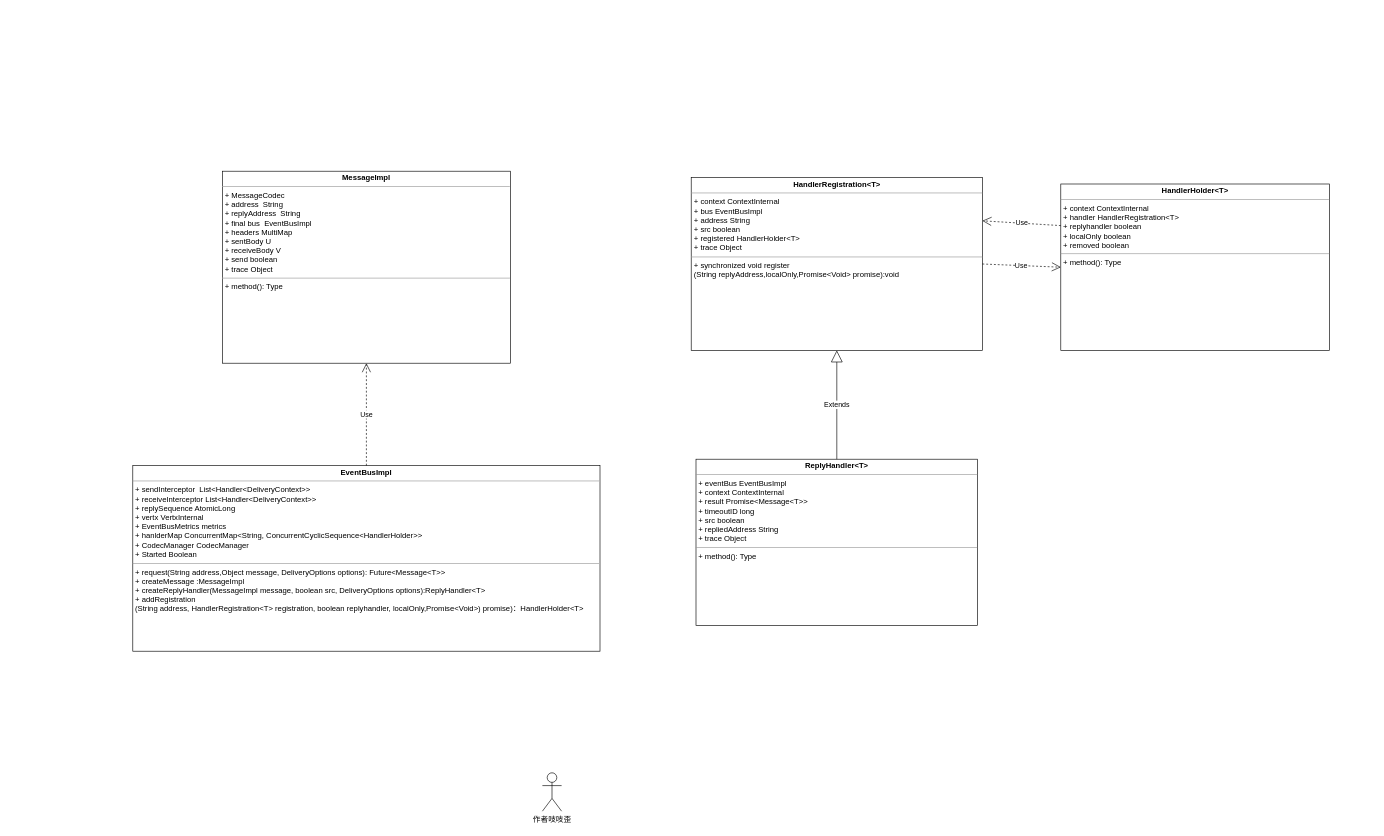
Earlier version of the draw.io diagram page "EventBus" (2 of 2) of VertX.drawio (Echidnaaa/draw). Source tidied: cells renumbered, new cells numbered last; positions are measured from the earlier drawing's top-left corner, leaving out a move shared by most shapes. Both pictures are drawn from the tidied source at 64%, with x=0, y=0 at pixel (132, 171).
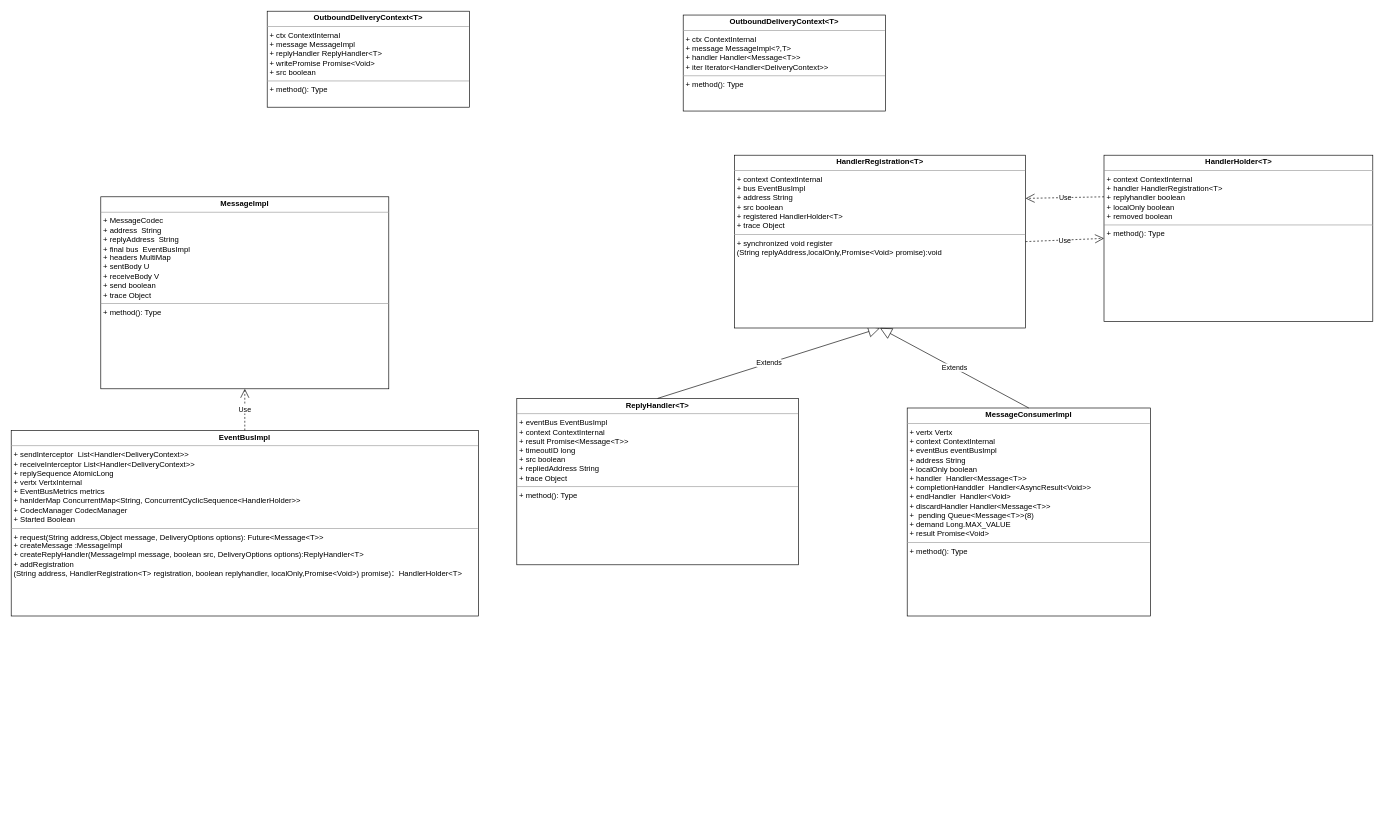
The same page after the edit.

Diff of the diagram source:
```diff
@@
 <mxGraphModel>
   <root>
     <mxCell id="0" />
     <mxCell id="1" parent="0" />
     <mxCell id="2" value="&lt;p style=&quot;margin: 0px ; margin-top: 4px ; text-align: center&quot;&gt;&lt;b&gt;EventBusImpl&lt;/b&gt;&lt;/p&gt;&lt;hr size=&quot;1&quot;&gt;&lt;p style=&quot;margin: 0px ; margin-left: 4px&quot;&gt;+ sendInterceptor&amp;nbsp; List&amp;lt;Handler&amp;lt;DeliveryContext&amp;gt;&amp;gt;&lt;/p&gt;&lt;p style=&quot;margin: 0px ; margin-left: 4px&quot;&gt;+ receiveInterceptor List&amp;lt;Handler&amp;lt;DeliveryContext&amp;gt;&amp;gt;&lt;/p&gt;&lt;p style=&quot;margin: 0px ; margin-left: 4px&quot;&gt;+ replySequence AtomicLong&lt;/p&gt;&lt;p style=&quot;margin: 0px ; margin-left: 4px&quot;&gt;+ vertx VertxInternal&lt;/p&gt;&lt;p style=&quot;margin: 0px ; margin-left: 4px&quot;&gt;+ EventBusMetrics metrics&lt;/p&gt;&lt;p style=&quot;margin: 0px ; margin-left: 4px&quot;&gt;+ hanlderMap ConcurrentMap&amp;lt;String, ConcurrentCyclicSequence&amp;lt;HandlerHolder&amp;gt;&amp;gt;&lt;/p&gt;&lt;p style=&quot;margin: 0px ; margin-left: 4px&quot;&gt;+ CodecManager CodecManager&lt;/p&gt;&lt;p style=&quot;margin: 0px ; margin-left: 4px&quot;&gt;+ Started Boolean&lt;/p&gt;&lt;hr size=&quot;1&quot;&gt;&lt;p style=&quot;margin: 0px ; margin-left: 4px&quot;&gt;+ request(String address,Object message, DeliveryOptions options): Future&amp;lt;Message&amp;lt;T&amp;gt;&amp;gt;&lt;/p&gt;&lt;p style=&quot;margin: 0px ; margin-left: 4px&quot;&gt;+ createMessage :MessageImpl&lt;/p&gt;&lt;p style=&quot;margin: 0px ; margin-left: 4px&quot;&gt;+ createReplyHandler(MessageImpl message, boolean src, DeliveryOptions options):ReplyHandler&amp;lt;T&amp;gt;&lt;/p&gt;&lt;p style=&quot;margin: 0px ; margin-left: 4px&quot;&gt;+ addRegistration&lt;/p&gt;&lt;p style=&quot;margin: 0px ; margin-left: 4px&quot;&gt;(String address, HandlerRegistration&amp;lt;T&amp;gt; registration, boolean replyhandler, localOnly,Promise&amp;lt;Void&amp;gt;) promise)：HandlerHolder&amp;lt;T&amp;gt;&lt;/p&gt;" style="verticalAlign=top;align=left;overflow=fill;fontSize=12;fontFamily=Helvetica;html=1;" parent="1" vertex="1">
-      <mxGeometry y="460" width="730" height="290" as="geometry" />
+      <mxGeometry x="-190" y="405" width="730" height="290" as="geometry" />
     </mxCell>
     <mxCell id="3" value="&lt;p style=&quot;margin: 0px ; margin-top: 4px ; text-align: center&quot;&gt;&lt;b&gt;MessageImpl&lt;/b&gt;&lt;/p&gt;&lt;hr size=&quot;1&quot;&gt;&lt;p style=&quot;margin: 0px ; margin-left: 4px&quot;&gt;+ MessageCodec&lt;/p&gt;&lt;p style=&quot;margin: 0px ; margin-left: 4px&quot;&gt;+ address&amp;nbsp; String&lt;/p&gt;&lt;p style=&quot;margin: 0px ; margin-left: 4px&quot;&gt;+ replyAddress&amp;nbsp; String&lt;/p&gt;&lt;p style=&quot;margin: 0px ; margin-left: 4px&quot;&gt;+ final bus&amp;nbsp; EventBusImpl&lt;/p&gt;&lt;p style=&quot;margin: 0px ; margin-left: 4px&quot;&gt;+ headers MultiMap&lt;/p&gt;&lt;p style=&quot;margin: 0px ; margin-left: 4px&quot;&gt;+ sentBody U&lt;/p&gt;&lt;p style=&quot;margin: 0px ; margin-left: 4px&quot;&gt;+ receiveBody V&lt;/p&gt;&lt;p style=&quot;margin: 0px ; margin-left: 4px&quot;&gt;+ send boolean&lt;/p&gt;&lt;p style=&quot;margin: 0px ; margin-left: 4px&quot;&gt;+ trace Object&lt;/p&gt;&lt;hr size=&quot;1&quot;&gt;&lt;p style=&quot;margin: 0px ; margin-left: 4px&quot;&gt;+ method(): Type&lt;/p&gt;" style="verticalAlign=top;align=left;overflow=fill;fontSize=12;fontFamily=Helvetica;html=1;" parent="1" vertex="1">
-      <mxGeometry x="140" width="450" height="300" as="geometry" />
+      <mxGeometry x="-50" y="40" width="450" height="300" as="geometry" />
     </mxCell>
-    <mxCell id="4" value="作者吱吱歪" style="shape=umlActor;verticalLabelPosition=bottom;verticalAlign=top;html=1;" parent="1" vertex="1">
-      <mxGeometry x="640" y="940" width="30" height="60" as="geometry" />
-    </mxCell>
     <mxCell id="5" value="Use" style="endArrow=open;endSize=12;dashed=1;html=1;exitX=0.5;exitY=0;exitDx=0;exitDy=0;entryX=0.5;entryY=1;entryDx=0;entryDy=0;" parent="1" edge="1" source="2" target="3">
       <mxGeometry relative="1" as="geometry" />
     </mxCell>
     <mxCell id="6" value="&lt;p style=&quot;margin: 0px ; margin-top: 4px ; text-align: center&quot;&gt;&lt;b&gt;ReplyHandler&amp;lt;T&amp;gt;&lt;/b&gt;&lt;/p&gt;&lt;hr size=&quot;1&quot;&gt;&lt;p style=&quot;margin: 0px ; margin-left: 4px&quot;&gt;+ eventBus EventBusImpl&lt;/p&gt;&lt;p style=&quot;margin: 0px ; margin-left: 4px&quot;&gt;+ context ContextInternal&lt;/p&gt;&lt;p style=&quot;margin: 0px ; margin-left: 4px&quot;&gt;+ result Promise&amp;lt;Message&amp;lt;T&amp;gt;&amp;gt;&lt;/p&gt;&lt;p style=&quot;margin: 0px ; margin-left: 4px&quot;&gt;+ timeoutID long&lt;/p&gt;&lt;p style=&quot;margin: 0px ; margin-left: 4px&quot;&gt;+ src boolean&lt;/p&gt;&lt;p style=&quot;margin: 0px ; margin-left: 4px&quot;&gt;+ repliedAddress String&lt;/p&gt;&lt;p style=&quot;margin: 0px ; margin-left: 4px&quot;&gt;+ trace Object&lt;/p&gt;&lt;hr size=&quot;1&quot;&gt;&lt;p style=&quot;margin: 0px ; margin-left: 4px&quot;&gt;+ method(): Type&lt;/p&gt;" style="verticalAlign=top;align=left;overflow=fill;fontSize=12;fontFamily=Helvetica;html=1;" parent="1" vertex="1">
-      <mxGeometry x="880" y="450" width="440" height="260" as="geometry" />
+      <mxGeometry x="600" y="355" width="440" height="260" as="geometry" />
     </mxCell>
     <mxCell id="7" value="Extends" style="endArrow=block;endSize=16;endFill=0;html=1;exitX=0.5;exitY=0;exitDx=0;exitDy=0;entryX=0.5;entryY=1;entryDx=0;entryDy=0;" parent="1" edge="1" source="6" target="8">
       <mxGeometry relative="1" as="geometry" />
     </mxCell>
     <mxCell id="8" value="&lt;p style=&quot;margin: 0px ; margin-top: 4px ; text-align: center&quot;&gt;&lt;b&gt;HandlerRegistration&amp;lt;T&amp;gt;&lt;/b&gt;&lt;/p&gt;&lt;hr size=&quot;1&quot;&gt;&lt;p style=&quot;margin: 0px ; margin-left: 4px&quot;&gt;+ context ContextInternal&lt;/p&gt;&lt;p style=&quot;margin: 0px ; margin-left: 4px&quot;&gt;+ bus EventBusImpl&lt;/p&gt;&lt;p style=&quot;margin: 0px ; margin-left: 4px&quot;&gt;+ address String&lt;/p&gt;&lt;p style=&quot;margin: 0px ; margin-left: 4px&quot;&gt;+ src boolean&lt;/p&gt;&lt;p style=&quot;margin: 0px ; margin-left: 4px&quot;&gt;+ registered HandlerHolder&amp;lt;T&amp;gt;&lt;/p&gt;&lt;p style=&quot;margin: 0px ; margin-left: 4px&quot;&gt;+ trace Object&lt;/p&gt;&lt;hr size=&quot;1&quot;&gt;&lt;p style=&quot;margin: 0px ; margin-left: 4px&quot;&gt;+ synchronized void register&lt;/p&gt;&lt;p style=&quot;margin: 0px ; margin-left: 4px&quot;&gt;(String replyAddress,localOnly,Promise&amp;lt;Void&amp;gt; promise):void&lt;/p&gt;" style="verticalAlign=top;align=left;overflow=fill;fontSize=12;fontFamily=Helvetica;html=1;" parent="1" vertex="1">
-      <mxGeometry x="872.5" y="10" width="455" height="270" as="geometry" />
+      <mxGeometry x="940" y="-25" width="455" height="270" as="geometry" />
     </mxCell>
     <mxCell id="9" value="&lt;p style=&quot;margin: 0px ; margin-top: 4px ; text-align: center&quot;&gt;&lt;b&gt;HandlerHolder&amp;lt;T&amp;gt;&lt;/b&gt;&lt;/p&gt;&lt;hr size=&quot;1&quot;&gt;&lt;p style=&quot;margin: 0px ; margin-left: 4px&quot;&gt;+ context ContextInternal&lt;/p&gt;&lt;p style=&quot;margin: 0px ; margin-left: 4px&quot;&gt;+ handler HandlerRegistration&amp;lt;T&amp;gt;&lt;br&gt;+ replyhandler boolean&lt;/p&gt;&lt;p style=&quot;margin: 0px ; margin-left: 4px&quot;&gt;+ localOnly boolean&lt;/p&gt;&lt;p style=&quot;margin: 0px ; margin-left: 4px&quot;&gt;+ removed boolean&lt;/p&gt;&lt;hr size=&quot;1&quot;&gt;&lt;p style=&quot;margin: 0px ; margin-left: 4px&quot;&gt;+ method(): Type&lt;/p&gt;" style="verticalAlign=top;align=left;overflow=fill;fontSize=12;fontFamily=Helvetica;html=1;" parent="1" vertex="1">
-      <mxGeometry x="1450" y="20" width="420" height="260" as="geometry" />
+      <mxGeometry x="1517.5" y="-25" width="420" height="260" as="geometry" />
     </mxCell>
     <mxCell id="10" value="Use" style="endArrow=open;endSize=12;dashed=1;html=1;exitX=1;exitY=0.5;exitDx=0;exitDy=0;entryX=0;entryY=0.5;entryDx=0;entryDy=0;" parent="1" edge="1" source="8" target="9">
       <mxGeometry relative="1" as="geometry" />
     </mxCell>
     <mxCell id="11" value="Use" style="endArrow=open;endSize=12;dashed=1;html=1;exitX=0;exitY=0.25;exitDx=0;exitDy=0;entryX=1;entryY=0.25;entryDx=0;entryDy=0;" parent="1" edge="1" source="9" target="8">
       <mxGeometry relative="1" as="geometry" />
     </mxCell>
+    <mxCell id="12" value="&lt;p style=&quot;margin: 0px ; margin-top: 4px ; text-align: center&quot;&gt;&lt;b&gt;MessageConsumerImpl&lt;/b&gt;&lt;/p&gt;&lt;hr size=&quot;1&quot;&gt;&lt;p style=&quot;margin: 0px ; margin-left: 4px&quot;&gt;+ vertx Vertx&lt;/p&gt;&lt;p style=&quot;margin: 0px ; margin-left: 4px&quot;&gt;+ context ContextInternal&lt;/p&gt;&lt;p style=&quot;margin: 0px ; margin-left: 4px&quot;&gt;+ eventBus eventBusImpl&lt;/p&gt;&lt;p style=&quot;margin: 0px ; margin-left: 4px&quot;&gt;+ address String&lt;/p&gt;&lt;p style=&quot;margin: 0px ; margin-left: 4px&quot;&gt;+ localOnly boolean&lt;/p&gt;&lt;p style=&quot;margin: 0px ; margin-left: 4px&quot;&gt;+ handler&amp;nbsp; Handler&amp;lt;Message&amp;lt;T&amp;gt;&amp;gt;&lt;/p&gt;&lt;p style=&quot;margin: 0px ; margin-left: 4px&quot;&gt;+ completionHanddler&amp;nbsp; Handler&amp;lt;AsyncResult&amp;lt;Void&amp;gt;&amp;gt;&lt;/p&gt;&lt;p style=&quot;margin: 0px ; margin-left: 4px&quot;&gt;+ endHandler&amp;nbsp; Handler&amp;lt;Void&amp;gt;&lt;/p&gt;&lt;p style=&quot;margin: 0px ; margin-left: 4px&quot;&gt;+ discardHandler Handler&amp;lt;Message&amp;lt;T&amp;gt;&amp;gt;&lt;/p&gt;&lt;p style=&quot;margin: 0px ; margin-left: 4px&quot;&gt;+&amp;nbsp; pending Queue&amp;lt;Message&amp;lt;T&amp;gt;&amp;gt;(8)&lt;/p&gt;&lt;p style=&quot;margin: 0px ; margin-left: 4px&quot;&gt;+ demand Long.MAX_VALUE&lt;/p&gt;&lt;p style=&quot;margin: 0px ; margin-left: 4px&quot;&gt;+ result Promise&amp;lt;Void&amp;gt;&lt;/p&gt;&lt;hr size=&quot;1&quot;&gt;&lt;p style=&quot;margin: 0px ; margin-left: 4px&quot;&gt;+ method(): Type&lt;/p&gt;" style="verticalAlign=top;align=left;overflow=fill;fontSize=12;fontFamily=Helvetica;html=1;" parent="1" vertex="1">
+      <mxGeometry x="1210" y="370" width="380" height="325" as="geometry" />
+    </mxCell>
+    <mxCell id="13" value="Extends" style="endArrow=block;endSize=16;endFill=0;html=1;exitX=0.5;exitY=0;exitDx=0;exitDy=0;entryX=0.5;entryY=1;entryDx=0;entryDy=0;" parent="1" edge="1" source="12" target="8">
+      <mxGeometry relative="1" as="geometry" />
+    </mxCell>
+    <mxCell id="14" value="&lt;p style=&quot;margin: 0px ; margin-top: 4px ; text-align: center&quot;&gt;&lt;b&gt;OutboundDeliveryContext&amp;lt;T&amp;gt;&lt;/b&gt;&lt;/p&gt;&lt;hr size=&quot;1&quot;&gt;&lt;p style=&quot;margin: 0px ; margin-left: 4px&quot;&gt;+ ctx ContextInternal&lt;/p&gt;&lt;p style=&quot;margin: 0px ; margin-left: 4px&quot;&gt;+ message MessageImpl&lt;/p&gt;&lt;p style=&quot;margin: 0px ; margin-left: 4px&quot;&gt;+ replyHandler ReplyHandler&amp;lt;T&amp;gt;&lt;/p&gt;&lt;p style=&quot;margin: 0px ; margin-left: 4px&quot;&gt;+ writePromise Promise&amp;lt;Void&amp;gt;&lt;/p&gt;&lt;p style=&quot;margin: 0px ; margin-left: 4px&quot;&gt;+ src boolean&lt;/p&gt;&lt;hr size=&quot;1&quot;&gt;&lt;p style=&quot;margin: 0px ; margin-left: 4px&quot;&gt;+ method(): Type&lt;/p&gt;" style="verticalAlign=top;align=left;overflow=fill;fontSize=12;fontFamily=Helvetica;html=1;" parent="1" vertex="1">
+      <mxGeometry x="210" y="-250" width="316" height="150" as="geometry" />
+    </mxCell>
+    <mxCell id="15" value="&lt;p style=&quot;margin: 0px ; margin-top: 4px ; text-align: center&quot;&gt;&lt;b&gt;OutboundDeliveryContext&amp;lt;T&amp;gt;&lt;/b&gt;&lt;/p&gt;&lt;hr size=&quot;1&quot;&gt;&lt;p style=&quot;margin: 0px ; margin-left: 4px&quot;&gt;+ ctx ContextInternal&lt;/p&gt;&lt;p style=&quot;margin: 0px ; margin-left: 4px&quot;&gt;+ message MessageImpl&amp;lt;?,T&amp;gt;&lt;/p&gt;&lt;p style=&quot;margin: 0px ; margin-left: 4px&quot;&gt;+ handler Handler&amp;lt;Message&amp;lt;T&amp;gt;&amp;gt;&lt;/p&gt;&lt;p style=&quot;margin: 0px ; margin-left: 4px&quot;&gt;+ iter Iterator&amp;lt;Handler&amp;lt;DeliveryContext&amp;gt;&amp;gt;&lt;br&gt;&lt;/p&gt;&lt;hr size=&quot;1&quot;&gt;&lt;p style=&quot;margin: 0px ; margin-left: 4px&quot;&gt;+ method(): Type&lt;/p&gt;" style="verticalAlign=top;align=left;overflow=fill;fontSize=12;fontFamily=Helvetica;html=1;" parent="1" vertex="1">
+      <mxGeometry x="860" y="-244" width="316" height="150" as="geometry" />
+    </mxCell>
   </root>
 </mxGraphModel>
```
